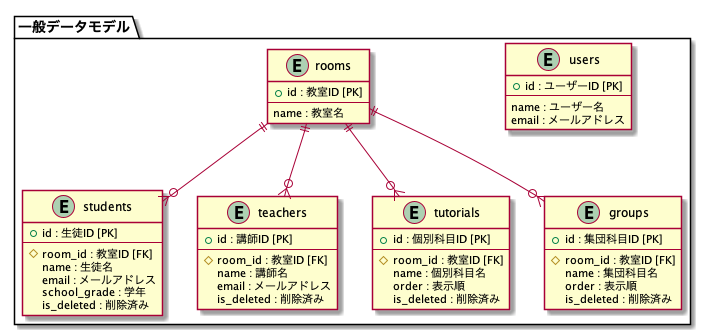
mass584/rakuraku_komagumi keeps this PlantUML diagram as application/doc/general_data_model.png. Above is the earlier version.
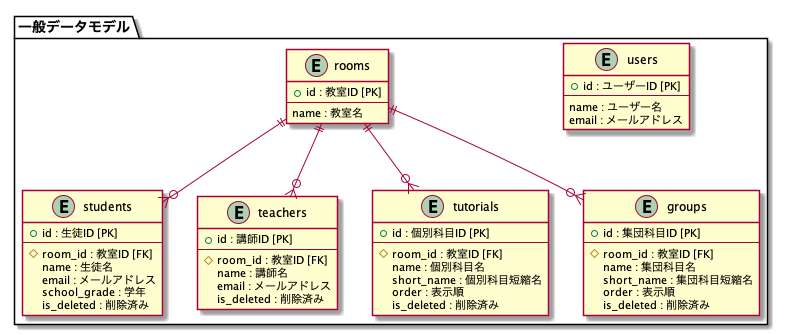
The same file after the commit.

Change to the diagram source:
```diff
@@ -38,6 +38,7 @@
     --
     # room_id : 教室ID [FK]
     name : 個別科目名
+    short_name : 個別科目短縮名
     order : 表示順
     is_deleted : 削除済み
   }
@@ -47,6 +48,7 @@
     --
     # room_id : 教室ID [FK]
     name : 集団科目名
+    short_name : 集団科目短縮名
     order : 表示順
     is_deleted : 削除済み
   }
```
